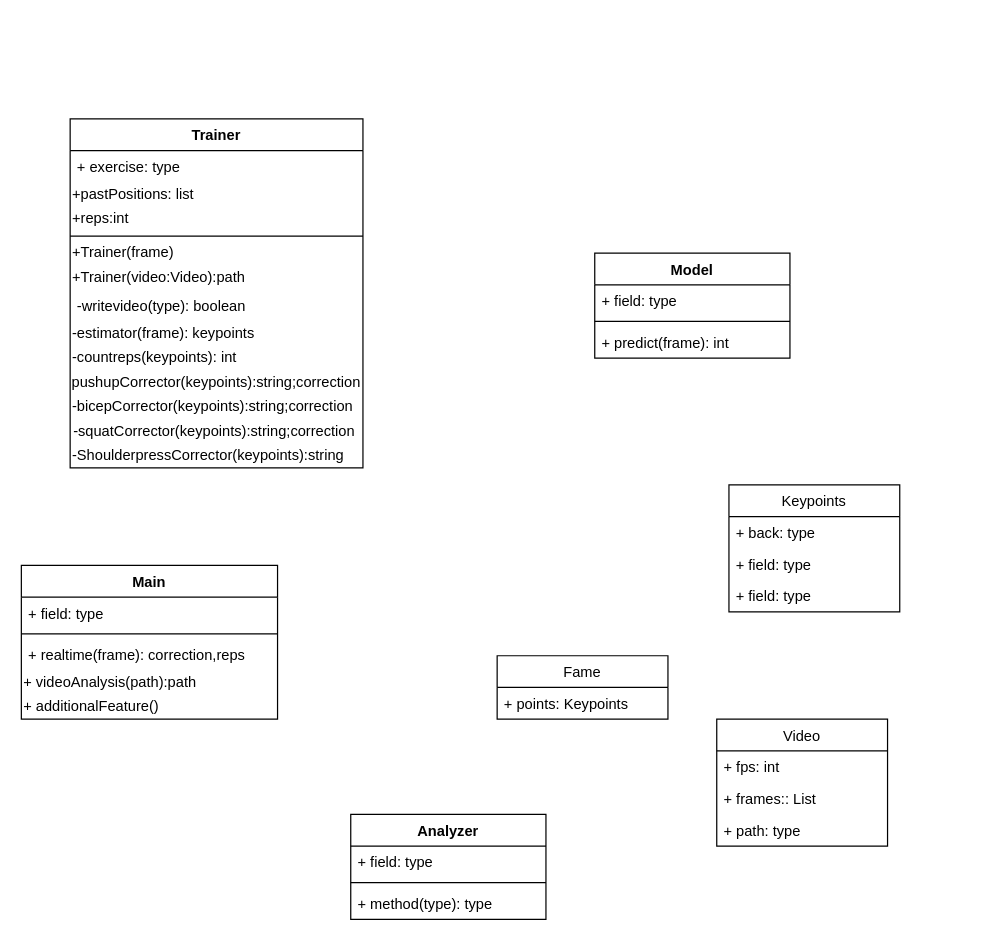
This is Untitled Diagram.drawio from JaviCamp-V/Homefitness-Ja, a draw.io file, before an edit. Source tidied: cells renumbered, new cells numbered last; positions are measured from the earlier drawing's top-left corner, leaving out a move shared by most shapes. Both pictures are drawn from the tidied source at 122%, with x=0, y=0 at pixel (21, 118).
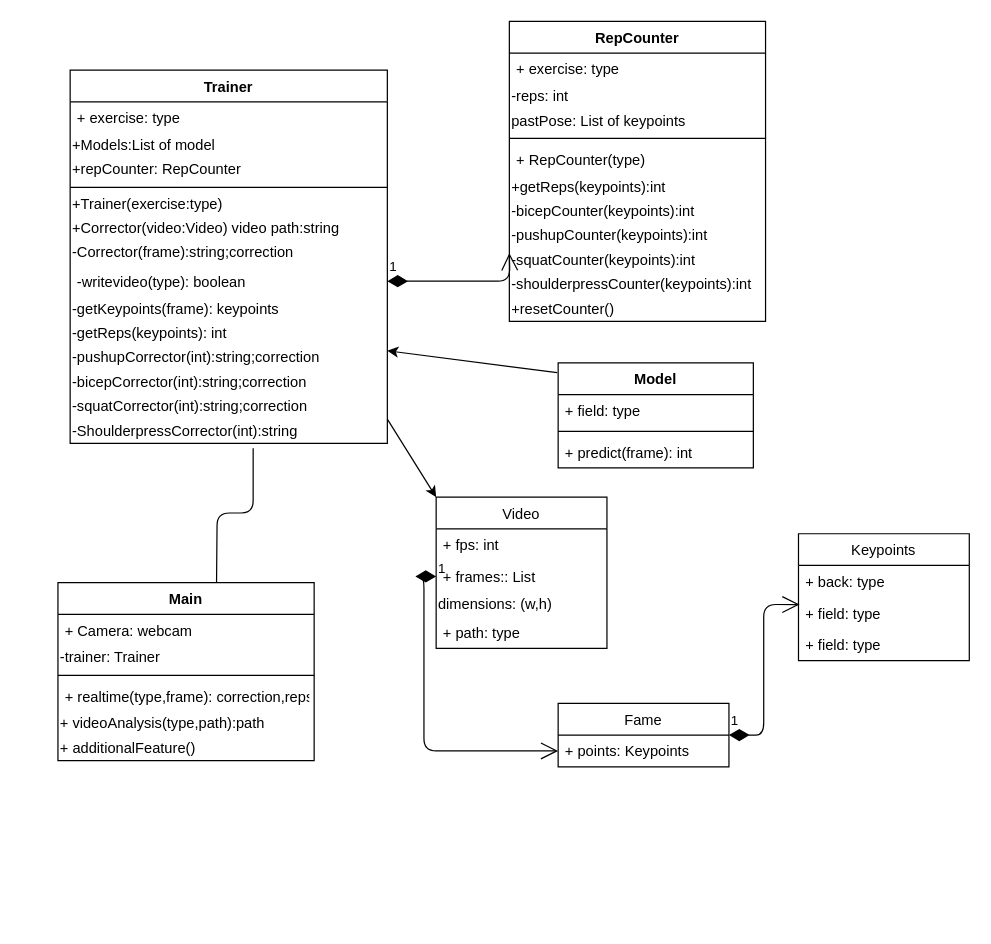
The same diagram, later.

The change refers to these unchanged cells:
```xml
<mxCell id="4" value="+ field: type" style="text;strokeColor=none;fillColor=none;align=left;verticalAlign=top;spacingLeft=4;spacingRight=4;overflow=hidden;points=[[0,0.5],[1,0.5]];portConstraint=eastwest;" parent="2" vertex="1">
  <mxGeometry y="52" width="140" height="26" as="geometry" />
</mxCell>
<mxCell id="22" value="+ frames:: List" style="text;strokeColor=none;fillColor=none;align=left;verticalAlign=top;spacingLeft=4;spacingRight=4;overflow=hidden;points=[[0,0.5],[1,0.5]];portConstraint=eastwest;" parent="20" vertex="1">
  <mxGeometry y="52" width="140" height="26" as="geometry" />
</mxCell>
<mxCell id="29" value="+ points: Keypoints" style="text;strokeColor=none;fillColor=none;align=left;verticalAlign=top;spacingLeft=4;spacingRight=4;overflow=hidden;points=[[0,0.5],[1,0.5]];portConstraint=eastwest;" parent="28" vertex="1">
  <mxGeometry y="26" width="140" height="26" as="geometry" />
</mxCell>
```

The edit, as a diff of the source:
```diff
@@
     <mxCell id="2" value="Keypoints" style="swimlane;fontStyle=0;horizontal=1;startSize=26;fillColor=none;" parent="1" vertex="1">
-      <mxGeometry x="580" y="300" width="140" height="104" as="geometry" />
+      <mxGeometry x="637" y="340" width="140" height="104" as="geometry" />
     </mxCell>
@@
     <mxCell id="6" value="Trainer" style="swimlane;fontStyle=1;align=center;verticalAlign=top;horizontal=1;startSize=26;" parent="1" vertex="1">
-      <mxGeometry x="40" width="240" height="286" as="geometry" />
+      <mxGeometry x="40" y="-40" width="260" height="306" as="geometry" />
     </mxCell>
     <mxCell id="7" value="+ exercise: type " style="text;strokeColor=none;fillColor=none;align=left;verticalAlign=top;spacingLeft=4;spacingRight=4;overflow=hidden;" parent="6" vertex="1">
-      <mxGeometry y="26" width="240" height="26" as="geometry" />
+      <mxGeometry y="26" width="260" height="26" as="geometry" />
     </mxCell>
-    <mxCell id="8" value="+pastPositions: list" style="text;html=1;strokeColor=none;fillColor=none;align=left;verticalAlign=middle;whiteSpace=wrap;rounded=0;" parent="6" vertex="1">
-      <mxGeometry y="52" width="240" height="20" as="geometry" />
-    </mxCell>
-    <mxCell id="9" value="+reps:int" style="text;html=1;strokeColor=none;fillColor=none;align=left;verticalAlign=middle;whiteSpace=wrap;rounded=0;" parent="6" vertex="1">
-      <mxGeometry y="72" width="240" height="20" as="geometry" />
-    </mxCell>
+    <mxCell id="40" value="+Models:List of model" style="text;html=1;strokeColor=none;fillColor=none;align=left;verticalAlign=middle;whiteSpace=wrap;rounded=0;" parent="6" vertex="1">
+      <mxGeometry y="52" width="260" height="20" as="geometry" />
+    </mxCell>
+    <mxCell id="41" value="+repCounter: RepCounter" style="text;html=1;strokeColor=none;fillColor=none;align=left;verticalAlign=middle;whiteSpace=wrap;rounded=0;" parent="6" vertex="1">
+      <mxGeometry y="72" width="260" height="20" as="geometry" />
+    </mxCell>
     <mxCell id="10" style="line;strokeWidth=1;fillColor=none;align=left;verticalAlign=middle;spacingTop=-1;spacingLeft=3;spacingRight=3;labelPosition=right;" parent="6" vertex="1">
-      <mxGeometry y="92" width="240" height="8" as="geometry" />
+      <mxGeometry y="92" width="260" height="8" as="geometry" />
     </mxCell>
-    <mxCell id="11" value="+Trainer(frame)" style="text;html=1;align=left;verticalAlign=middle;fillColor=none;strokeColor=none;rounded=0;" parent="6" vertex="1">
-      <mxGeometry y="100" width="240" height="20" as="geometry" />
+    <mxCell id="11" value="+Trainer(exercise:type)" style="text;html=1;align=left;verticalAlign=middle;fillColor=none;strokeColor=none;rounded=0;" parent="6" vertex="1">
+      <mxGeometry y="100" width="260" height="20" as="geometry" />
     </mxCell>
-    <mxCell id="12" value="+Trainer(video:Video):path" style="text;html=1;align=left;verticalAlign=middle;fillColor=none;strokeColor=none;rounded=0;" parent="6" vertex="1">
-      <mxGeometry y="120" width="240" height="20" as="geometry" />
+    <mxCell id="12" value="+&lt;span&gt;Corrector&lt;/span&gt;(video:Video) video path:string" style="text;html=1;align=left;verticalAlign=middle;fillColor=none;strokeColor=none;rounded=0;" parent="6" vertex="1">
+      <mxGeometry y="120" width="260" height="20" as="geometry" />
     </mxCell>
+    <mxCell id="42" value="-Corrector(frame):string;correction" style="text;html=1;strokeColor=none;fillColor=none;align=left;verticalAlign=middle;whiteSpace=wrap;rounded=0;" parent="6" vertex="1">
+      <mxGeometry y="140" width="260" height="20" as="geometry" />
+    </mxCell>
     <mxCell id="13" value="-writevideo(type): boolean&#10;" style="text;strokeColor=none;fillColor=none;align=left;verticalAlign=top;spacingLeft=4;spacingRight=4;overflow=hidden;points=[[0,0.5],[1,0.5]];portConstraint=eastwest;" parent="6" vertex="1">
-      <mxGeometry y="140" width="240" height="26" as="geometry" />
+      <mxGeometry y="160" width="260" height="26" as="geometry" />
     </mxCell>
-    <mxCell id="14" value="-estimator(frame): keypoints" style="text;html=1;strokeColor=none;fillColor=none;align=left;verticalAlign=middle;whiteSpace=wrap;rounded=0;" parent="6" vertex="1">
-      <mxGeometry y="166" width="240" height="20" as="geometry" />
+    <mxCell id="14" value="-getKeypoints(frame): keypoints" style="text;html=1;strokeColor=none;fillColor=none;align=left;verticalAlign=middle;whiteSpace=wrap;rounded=0;" parent="6" vertex="1">
+      <mxGeometry y="186" width="260" height="20" as="geometry" />
     </mxCell>
-    <mxCell id="15" value="-countreps(keypoints): int" style="text;html=1;strokeColor=none;fillColor=none;align=left;verticalAlign=middle;whiteSpace=wrap;rounded=0;" parent="6" vertex="1">
-      <mxGeometry y="186" width="240" height="20" as="geometry" />
+    <mxCell id="15" value="-getReps(keypoints): int" style="text;html=1;strokeColor=none;fillColor=none;align=left;verticalAlign=middle;whiteSpace=wrap;rounded=0;" parent="6" vertex="1">
+      <mxGeometry y="206" width="260" height="20" as="geometry" />
     </mxCell>
-    <mxCell id="16" value="pushupCorrector(keypoints):string;correction" style="text;html=1;strokeColor=none;fillColor=none;align=center;verticalAlign=middle;whiteSpace=wrap;rounded=0;" parent="6" vertex="1">
-      <mxGeometry y="206" width="240" height="20" as="geometry" />
+    <mxCell id="16" value="-pushupCorrector(int):string;correction" style="text;html=1;strokeColor=none;fillColor=none;align=left;verticalAlign=middle;whiteSpace=wrap;rounded=0;" parent="6" vertex="1">
+      <mxGeometry y="226" width="260" height="20" as="geometry" />
     </mxCell>
-    <mxCell id="17" value="-bicepCorrector(keypoints):string;correction&amp;nbsp;" style="text;html=1;strokeColor=none;fillColor=none;align=left;verticalAlign=middle;whiteSpace=wrap;rounded=0;" parent="6" vertex="1">
-      <mxGeometry y="226" width="240" height="20" as="geometry" />
+    <mxCell id="17" value="-bicepCorrector(int):string;correction&amp;nbsp;" style="text;html=1;strokeColor=none;fillColor=none;align=left;verticalAlign=middle;whiteSpace=wrap;rounded=0;" parent="6" vertex="1">
+      <mxGeometry y="246" width="260" height="20" as="geometry" />
     </mxCell>
-    <mxCell id="18" value="&lt;span style=&quot;text-align: left&quot;&gt;-squatCorrector(keypoints):string;correction&amp;nbsp;&lt;/span&gt;" style="text;html=1;strokeColor=none;fillColor=none;align=center;verticalAlign=middle;whiteSpace=wrap;rounded=0;" parent="6" vertex="1">
-      <mxGeometry y="246" width="240" height="20" as="geometry" />
+    <mxCell id="18" value="&lt;span&gt;-squatCorrector(int):string;correction&amp;nbsp;&lt;/span&gt;" style="text;html=1;strokeColor=none;fillColor=none;align=left;verticalAlign=middle;whiteSpace=wrap;rounded=0;" parent="6" vertex="1">
+      <mxGeometry y="266" width="260" height="20" as="geometry" />
     </mxCell>
-    <mxCell id="19" value="-ShoulderpressCorrector(keypoints):string" style="text;html=1;strokeColor=none;fillColor=none;align=left;verticalAlign=middle;whiteSpace=wrap;rounded=0;" parent="6" vertex="1">
-      <mxGeometry y="266" width="240" height="20" as="geometry" />
+    <mxCell id="19" value="-ShoulderpressCorrector(int):string" style="text;html=1;strokeColor=none;fillColor=none;align=left;verticalAlign=middle;whiteSpace=wrap;rounded=0;" parent="6" vertex="1">
+      <mxGeometry y="286" width="260" height="20" as="geometry" />
     </mxCell>
     <mxCell id="20" value="Video" style="swimlane;fontStyle=0;horizontal=1;startSize=26;fillColor=none;" parent="1" vertex="1">
-      <mxGeometry x="570" y="492" width="140" height="104" as="geometry" />
+      <mxGeometry x="340" y="310" width="140" height="124" as="geometry" />
     </mxCell>
@@
+    <mxCell id="43" value="dimensions: (w,h)" style="text;html=1;strokeColor=none;fillColor=none;align=left;verticalAlign=middle;whiteSpace=wrap;rounded=0;" parent="20" vertex="1">
+      <mxGeometry y="78" width="140" height="20" as="geometry" />
+    </mxCell>
     <mxCell id="23" value="+ path: type" style="text;strokeColor=none;fillColor=none;align=left;verticalAlign=top;spacingLeft=4;spacingRight=4;overflow=hidden;" parent="20" vertex="1">
-      <mxGeometry y="78" width="140" height="26" as="geometry" />
+      <mxGeometry y="98" width="140" height="26" as="geometry" />
     </mxCell>
     <mxCell id="24" value="Model" style="swimlane;fontStyle=1;align=center;verticalAlign=top;horizontal=1;startSize=26;" parent="1" vertex="1">
-      <mxGeometry x="470" y="110" width="160" height="86" as="geometry" />
+      <mxGeometry x="440" y="200" width="160" height="86" as="geometry" />
     </mxCell>
@@
     <mxCell id="28" value="Fame" style="swimlane;fontStyle=0;horizontal=1;startSize=26;fillColor=none;" parent="1" vertex="1">
-      <mxGeometry x="390" y="440" width="140" height="52" as="geometry" />
+      <mxGeometry x="440" y="479" width="140" height="52" as="geometry" />
     </mxCell>
@@
     <mxCell id="30" value="Main" style="swimlane;fontStyle=1;align=center;verticalAlign=top;horizontal=1;startSize=26;" parent="1" vertex="1">
-      <mxGeometry y="366" width="210" height="126" as="geometry" />
+      <mxGeometry x="30" y="380" width="210" height="146" as="geometry" />
     </mxCell>
-    <mxCell id="31" value="+ field: type" style="text;strokeColor=none;fillColor=none;align=left;verticalAlign=top;spacingLeft=4;spacingRight=4;overflow=hidden;" parent="30" vertex="1">
+    <mxCell id="31" value="+ Camera: webcam" style="text;strokeColor=none;fillColor=none;align=left;verticalAlign=top;spacingLeft=4;spacingRight=4;overflow=hidden;" parent="30" vertex="1">
       <mxGeometry y="26" width="210" height="26" as="geometry" />
     </mxCell>
+    <mxCell id="44" value="-trainer: Trainer" style="text;html=1;strokeColor=none;fillColor=none;align=left;verticalAlign=middle;whiteSpace=wrap;rounded=0;" parent="30" vertex="1">
+      <mxGeometry y="52" width="210" height="20" as="geometry" />
+    </mxCell>
     <mxCell id="32" style="line;strokeWidth=1;fillColor=none;align=left;verticalAlign=middle;spacingTop=-1;spacingLeft=3;spacingRight=3;labelPosition=right;" parent="30" vertex="1">
-      <mxGeometry y="52" width="210" height="8" as="geometry" />
+      <mxGeometry y="72" width="210" height="8" as="geometry" />
     </mxCell>
-    <mxCell id="33" value="+ realtime(frame): correction,reps" style="text;strokeColor=none;fillColor=none;align=left;verticalAlign=top;spacingLeft=4;spacingRight=4;overflow=hidden;" parent="30" vertex="1">
-      <mxGeometry y="60" width="210" height="26" as="geometry" />
+    <mxCell id="33" value="+ realtime(type,frame): correction,reps" style="text;strokeColor=none;fillColor=none;align=left;verticalAlign=top;spacingLeft=4;spacingRight=4;overflow=hidden;" parent="30" vertex="1">
+      <mxGeometry y="80" width="210" height="26" as="geometry" />
     </mxCell>
-    <mxCell id="34" value="+ videoAnalysis(path):path" style="text;html=1;strokeColor=none;fillColor=none;align=left;verticalAlign=middle;whiteSpace=wrap;rounded=0;" parent="30" vertex="1">
-      <mxGeometry y="86" width="210" height="20" as="geometry" />
+    <mxCell id="34" value="+ videoAnalysis(type,path):path" style="text;html=1;strokeColor=none;fillColor=none;align=left;verticalAlign=middle;whiteSpace=wrap;rounded=0;" parent="30" vertex="1">
+      <mxGeometry y="106" width="210" height="20" as="geometry" />
     </mxCell>
     <mxCell id="35" value="+ additionalFeature()" style="text;html=1;strokeColor=none;fillColor=none;align=left;verticalAlign=middle;whiteSpace=wrap;rounded=0;" parent="30" vertex="1">
-      <mxGeometry y="106" width="210" height="20" as="geometry" />
+      <mxGeometry y="126" width="210" height="20" as="geometry" />
     </mxCell>
-    <mxCell id="36" value="Analyzer" style="swimlane;fontStyle=1;align=center;verticalAlign=top;horizontal=1;startSize=26;" parent="1" vertex="1">
-      <mxGeometry x="270" y="570" width="160" height="86" as="geometry" />
-    </mxCell>
-    <mxCell id="37" value="+ field: type" style="text;strokeColor=none;fillColor=none;align=left;verticalAlign=top;spacingLeft=4;spacingRight=4;overflow=hidden;" parent="36" vertex="1">
-      <mxGeometry y="26" width="160" height="26" as="geometry" />
-    </mxCell>
-    <mxCell id="38" style="line;strokeWidth=1;fillColor=none;align=left;verticalAlign=middle;spacingTop=-1;spacingLeft=3;spacingRight=3;labelPosition=right;" parent="36" vertex="1">
-      <mxGeometry y="52" width="160" height="8" as="geometry" />
-    </mxCell>
-    <mxCell id="39" value="+ method(type): type" style="text;strokeColor=none;fillColor=none;align=left;verticalAlign=top;spacingLeft=4;spacingRight=4;overflow=hidden;" parent="36" vertex="1">
-      <mxGeometry y="60" width="160" height="26" as="geometry" />
-    </mxCell>
+    <mxCell id="45" value="RepCounter" style="swimlane;fontStyle=1;align=center;verticalAlign=top;horizontal=1;startSize=26;" parent="1" vertex="1">
+      <mxGeometry x="400" y="-80" width="210" height="246" as="geometry" />
+    </mxCell>
+    <mxCell id="46" value="+ exercise: type" style="text;strokeColor=none;fillColor=none;align=left;verticalAlign=top;spacingLeft=4;spacingRight=4;overflow=hidden;" parent="45" vertex="1">
+      <mxGeometry y="26" width="210" height="26" as="geometry" />
+    </mxCell>
+    <mxCell id="47" value="-reps: int" style="text;html=1;strokeColor=none;fillColor=none;align=left;verticalAlign=middle;whiteSpace=wrap;rounded=0;" parent="45" vertex="1">
+      <mxGeometry y="52" width="210" height="20" as="geometry" />
+    </mxCell>
+    <mxCell id="48" value="pastPose: List of keypoints" style="text;html=1;strokeColor=none;fillColor=none;align=left;verticalAlign=middle;whiteSpace=wrap;rounded=0;" parent="45" vertex="1">
+      <mxGeometry y="72" width="210" height="20" as="geometry" />
+    </mxCell>
+    <mxCell id="49" style="line;strokeWidth=1;fillColor=none;align=left;verticalAlign=middle;spacingTop=-1;spacingLeft=3;spacingRight=3;labelPosition=right;" parent="45" vertex="1">
+      <mxGeometry y="92" width="210" height="8" as="geometry" />
+    </mxCell>
+    <mxCell id="50" value="+ RepCounter(type)" style="text;strokeColor=none;fillColor=none;align=left;verticalAlign=top;spacingLeft=4;spacingRight=4;overflow=hidden;" parent="45" vertex="1">
+      <mxGeometry y="100" width="210" height="26" as="geometry" />
+    </mxCell>
+    <mxCell id="51" value="+getReps(keypoints):int" style="text;html=1;strokeColor=none;fillColor=none;align=left;verticalAlign=middle;whiteSpace=wrap;rounded=0;" parent="45" vertex="1">
+      <mxGeometry y="126" width="210" height="20" as="geometry" />
+    </mxCell>
+    <mxCell id="52" value="-bicepCounter(keypoints):int" style="text;html=1;strokeColor=none;fillColor=none;align=left;verticalAlign=middle;whiteSpace=wrap;rounded=0;" parent="45" vertex="1">
+      <mxGeometry y="146" width="210" height="20" as="geometry" />
+    </mxCell>
+    <mxCell id="53" value="-pushupCounter(keypoints):int" style="text;html=1;strokeColor=none;fillColor=none;align=left;verticalAlign=middle;whiteSpace=wrap;rounded=0;" parent="45" vertex="1">
+      <mxGeometry y="166" width="210" height="20" as="geometry" />
+    </mxCell>
+    <mxCell id="54" value="-squatCounter(keypoints):int" style="text;html=1;strokeColor=none;fillColor=none;align=left;verticalAlign=middle;whiteSpace=wrap;rounded=0;" parent="45" vertex="1">
+      <mxGeometry y="186" width="210" height="20" as="geometry" />
+    </mxCell>
+    <mxCell id="55" value="-shoulderpressCounter(keypoints):int" style="text;html=1;strokeColor=none;fillColor=none;align=left;verticalAlign=middle;whiteSpace=wrap;rounded=0;" parent="45" vertex="1">
+      <mxGeometry y="206" width="210" height="20" as="geometry" />
+    </mxCell>
+    <mxCell id="56" value="+resetCounter()" style="text;html=1;strokeColor=none;fillColor=none;align=left;verticalAlign=middle;whiteSpace=wrap;rounded=0;" parent="45" vertex="1">
+      <mxGeometry y="226" width="210" height="20" as="geometry" />
+    </mxCell>
+    <mxCell id="57" style="endArrow=classic;html=1;exitX=-0.005;exitY=0.093;exitDx=0;exitDy=0;exitPerimeter=0;" parent="1" edge="1" source="24">
+      <mxGeometry relative="1" as="geometry">
+        <mxPoint x="300" y="190" as="targetPoint" />
+      </mxGeometry>
+    </mxCell>
+    <mxCell id="58" value="1" style="endArrow=open;html=1;endSize=12;startArrow=diamondThin;startSize=14;startFill=1;edgeStyle=orthogonalEdgeStyle;align=left;verticalAlign=bottom;" parent="1" edge="1" source="13">
+      <mxGeometry x="-1" y="3" relative="1" as="geometry">
+        <mxPoint x="400" y="110" as="targetPoint" />
+      </mxGeometry>
+    </mxCell>
+    <mxCell id="59" style="endArrow=none;html=1;edgeStyle=orthogonalEdgeStyle;entryX=0.577;entryY=1.2;entryDx=0;entryDy=0;entryPerimeter=0;" parent="1" edge="1" target="19">
+      <mxGeometry relative="1" as="geometry">
+        <mxPoint x="160" y="380" as="sourcePoint" />
+      </mxGeometry>
+    </mxCell>
+    <mxCell id="60" value="1" style="endArrow=open;html=1;endSize=12;startArrow=diamondThin;startSize=14;startFill=1;edgeStyle=orthogonalEdgeStyle;align=left;verticalAlign=bottom;entryX=0.006;entryY=0.231;entryDx=0;entryDy=0;entryPerimeter=0;exitX=1;exitY=0.5;exitDx=0;exitDy=0;" parent="1" edge="1" source="28" target="4">
+      <mxGeometry x="-1" y="3" relative="1" as="geometry" />
+    </mxCell>
+    <mxCell id="61" value="1" style="endArrow=open;html=1;endSize=12;startArrow=diamondThin;startSize=14;startFill=1;edgeStyle=orthogonalEdgeStyle;align=left;verticalAlign=bottom;exitX=0;exitY=0.5;exitDx=0;exitDy=0;" parent="1" edge="1" source="22" target="29">
+      <mxGeometry x="-1" y="3" relative="1" as="geometry" />
+    </mxCell>
+    <mxCell id="62" style="endArrow=classic;html=1;exitX=1;exitY=0;exitDx=0;exitDy=0;entryX=0;entryY=0;entryDx=0;entryDy=0;" parent="1" edge="1" source="19" target="20">
+      <mxGeometry relative="1" as="geometry" />
+    </mxCell>
```
